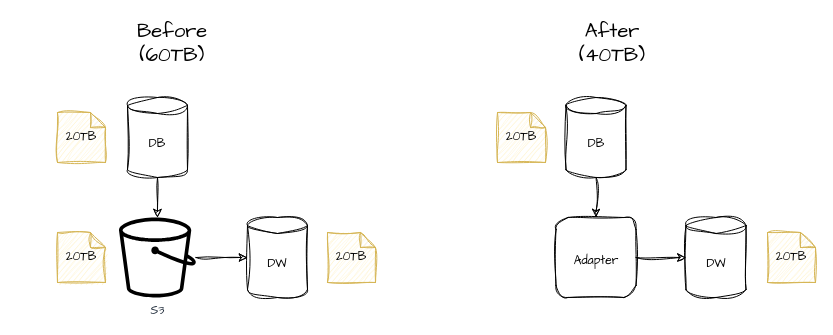
Above: 005_unnecessary_dw_workloads/triplicating_data/diagram.drawio in codingconcepts/architecture-simplification (draw.io), before the change. Source tidied: cells renumbered, new cells numbered last; positions are measured from the earlier drawing's top-left corner, leaving out a move shared by most shapes. Both pictures are drawn from the tidied source at 100%, with x=0, y=0 at pixel (57, 27).
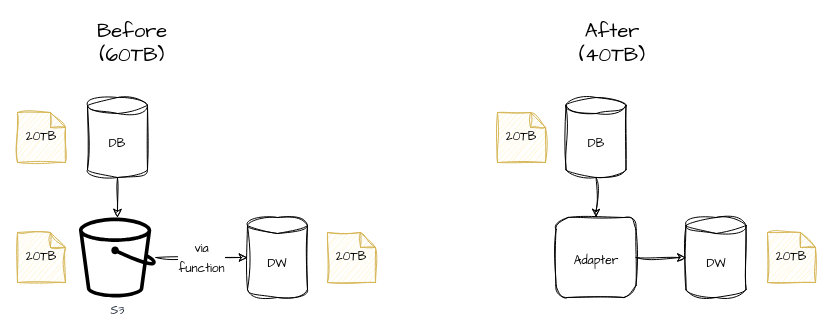
The same page after the edit.

Diff of the diagram source:
```diff
@@
 <mxGraphModel>
   <root>
     <mxCell id="0" />
     <mxCell id="1" parent="0" />
     <mxCell id="2" value="Before (60TB)" style="text;html=1;strokeColor=none;fillColor=none;align=center;verticalAlign=middle;whiteSpace=wrap;rounded=0;sketch=1;fontFamily=Architects Daughter;fontSize=20;" parent="1" vertex="1">
-      <mxGeometry x="70" width="90" height="30" as="geometry" />
+      <mxGeometry x="30" width="90" height="30" as="geometry" />
     </mxCell>
     <mxCell id="3" style="edgeStyle=none;sketch=1;hachureGap=4;jiggle=2;curveFitting=1;html=1;fontFamily=Architects Daughter;fontSize=16;" parent="1" edge="1" source="4" target="7">
       <mxGeometry relative="1" as="geometry" />
     </mxCell>
     <mxCell id="4" value="DB" style="shape=cylinder3;whiteSpace=wrap;html=1;boundedLbl=1;backgroundOutline=1;size=8;sketch=1;curveFitting=1;jiggle=2;fontFamily=Architects Daughter;" parent="1" vertex="1">
-      <mxGeometry x="70" y="70" width="60" height="80" as="geometry" />
+      <mxGeometry x="30" y="70" width="60" height="80" as="geometry" />
     </mxCell>
     <mxCell id="5" value="After (40TB)" style="text;html=1;strokeColor=none;fillColor=none;align=center;verticalAlign=middle;whiteSpace=wrap;rounded=0;sketch=1;fontFamily=Architects Daughter;fontSize=20;" parent="1" vertex="1">
       <mxGeometry x="510" width="90" height="30" as="geometry" />
     </mxCell>
-    <mxCell id="6" style="edgeStyle=none;sketch=1;hachureGap=4;jiggle=2;curveFitting=1;html=1;fontFamily=Architects Daughter;fontSize=16;" parent="1" edge="1" source="7" target="8">
+    <mxCell id="6" value="&lt;font style=&quot;font-size: 12px;&quot;&gt;via&lt;br&gt;function&lt;br&gt;&lt;/font&gt;" style="edgeStyle=none;sketch=1;hachureGap=4;jiggle=2;curveFitting=1;html=1;fontFamily=Architects Daughter;fontSize=16;" parent="1" edge="1" source="7" target="8">
       <mxGeometry relative="1" as="geometry" />
     </mxCell>
     <mxCell id="7" value="S3" style="sketch=0;outlineConnect=0;fontColor=#232F3E;gradientColor=none;fillColor=#000000;strokeColor=none;dashed=0;verticalLabelPosition=bottom;verticalAlign=top;align=center;html=1;fontSize=12;fontStyle=0;shape=mxgraph.aws4.bucket;hachureGap=4;jiggle=2;curveFitting=1;fontFamily=Architects Daughter;" parent="1" vertex="1">
-      <mxGeometry x="61.5" y="190" width="76.9" height="80" as="geometry" />
+      <mxGeometry x="21.5" y="190" width="76.9" height="80" as="geometry" />
     </mxCell>
     <mxCell id="8" value="DW" style="shape=cylinder3;whiteSpace=wrap;html=1;boundedLbl=1;backgroundOutline=1;size=8;sketch=1;curveFitting=1;jiggle=2;fontFamily=Architects Daughter;" parent="1" vertex="1">
       <mxGeometry x="190" y="190" width="60" height="80" as="geometry" />
     </mxCell>
     <mxCell id="9" style="edgeStyle=none;sketch=1;hachureGap=4;jiggle=2;curveFitting=1;html=1;fontFamily=Architects Daughter;fontSize=16;entryX=0.5;entryY=0;entryDx=0;entryDy=0;" parent="1" edge="1" source="10" target="13">
       <mxGeometry relative="1" as="geometry" />
     </mxCell>
     <mxCell id="10" value="DB" style="shape=cylinder3;whiteSpace=wrap;html=1;boundedLbl=1;backgroundOutline=1;size=8;sketch=1;curveFitting=1;jiggle=2;fontFamily=Architects Daughter;" parent="1" vertex="1">
       <mxGeometry x="508.5" y="70" width="60" height="80" as="geometry" />
     </mxCell>
     <mxCell id="11" style="edgeStyle=none;sketch=1;hachureGap=4;jiggle=2;curveFitting=1;html=1;fontFamily=Architects Daughter;fontSize=16;exitX=1;exitY=0.5;exitDx=0;exitDy=0;" parent="1" edge="1" source="13" target="12">
       <mxGeometry relative="1" as="geometry" />
     </mxCell>
     <mxCell id="12" value="DW" style="shape=cylinder3;whiteSpace=wrap;html=1;boundedLbl=1;backgroundOutline=1;size=8;sketch=1;curveFitting=1;jiggle=2;fontFamily=Architects Daughter;" parent="1" vertex="1">
       <mxGeometry x="628.5" y="190" width="60" height="80" as="geometry" />
     </mxCell>
     <mxCell id="13" value="&lt;font style=&quot;font-size: 12px;&quot;&gt;Adapter&lt;/font&gt;" style="rounded=1;whiteSpace=wrap;html=1;sketch=1;hachureGap=4;jiggle=2;curveFitting=1;strokeColor=default;fontFamily=Architects Daughter;fontSize=20;fillColor=none;" parent="1" vertex="1">
       <mxGeometry x="498.5" y="190" width="80" height="80" as="geometry" />
     </mxCell>
     <mxCell id="14" value="20TB" style="shape=note;whiteSpace=wrap;html=1;backgroundOutline=1;darkOpacity=0.05;sketch=1;hachureGap=4;jiggle=2;curveFitting=1;strokeColor=#d6b656;fontFamily=Architects Daughter;fontSize=12;fillColor=#fff2cc;size=15;" parent="1" vertex="1">
-      <mxGeometry y="85" width="48" height="50" as="geometry" />
+      <mxGeometry x="-40" y="85" width="48" height="50" as="geometry" />
     </mxCell>
     <mxCell id="15" value="20TB" style="shape=note;whiteSpace=wrap;html=1;backgroundOutline=1;darkOpacity=0.05;sketch=1;hachureGap=4;jiggle=2;curveFitting=1;strokeColor=#d6b656;fontFamily=Architects Daughter;fontSize=12;fillColor=#fff2cc;size=15;" parent="1" vertex="1">
-      <mxGeometry y="205" width="48" height="50" as="geometry" />
+      <mxGeometry x="-40" y="205" width="48" height="50" as="geometry" />
     </mxCell>
     <mxCell id="16" value="20TB" style="shape=note;whiteSpace=wrap;html=1;backgroundOutline=1;darkOpacity=0.05;sketch=1;hachureGap=4;jiggle=2;curveFitting=1;strokeColor=#d6b656;fontFamily=Architects Daughter;fontSize=12;fillColor=#fff2cc;size=15;" parent="1" vertex="1">
       <mxGeometry x="270" y="205" width="48" height="50" as="geometry" />
     </mxCell>
     <mxCell id="17" value="20TB" style="shape=note;whiteSpace=wrap;html=1;backgroundOutline=1;darkOpacity=0.05;sketch=1;hachureGap=4;jiggle=2;curveFitting=1;strokeColor=#d6b656;fontFamily=Architects Daughter;fontSize=12;fillColor=#fff2cc;size=15;" parent="1" vertex="1">
       <mxGeometry x="440" y="85" width="48" height="50" as="geometry" />
     </mxCell>
     <mxCell id="18" value="20TB" style="shape=note;whiteSpace=wrap;html=1;backgroundOutline=1;darkOpacity=0.05;sketch=1;hachureGap=4;jiggle=2;curveFitting=1;strokeColor=#d6b656;fontFamily=Architects Daughter;fontSize=12;fillColor=#fff2cc;size=15;" parent="1" vertex="1">
       <mxGeometry x="710" y="205" width="48" height="50" as="geometry" />
     </mxCell>
   </root>
 </mxGraphModel>
```
